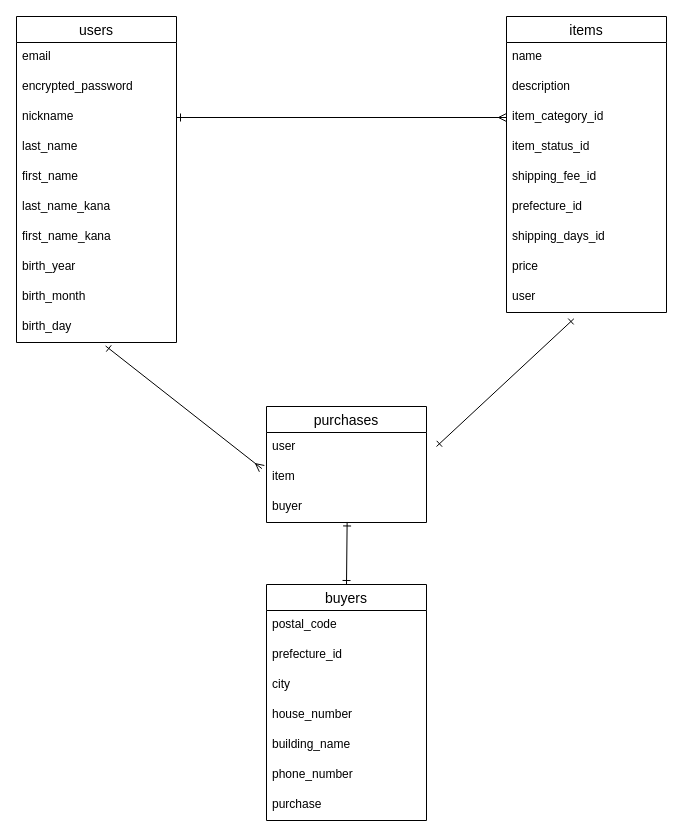
Before: er_diagram.dio in Matt19950109/furima-39439, a draw.io diagram. Source tidied: cells renumbered, new cells numbered last; positions are measured from the earlier drawing's top-left corner, leaving out a move shared by most shapes. Both pictures are drawn from the tidied source at 100%, with x=0, y=0 at pixel (16, 16).
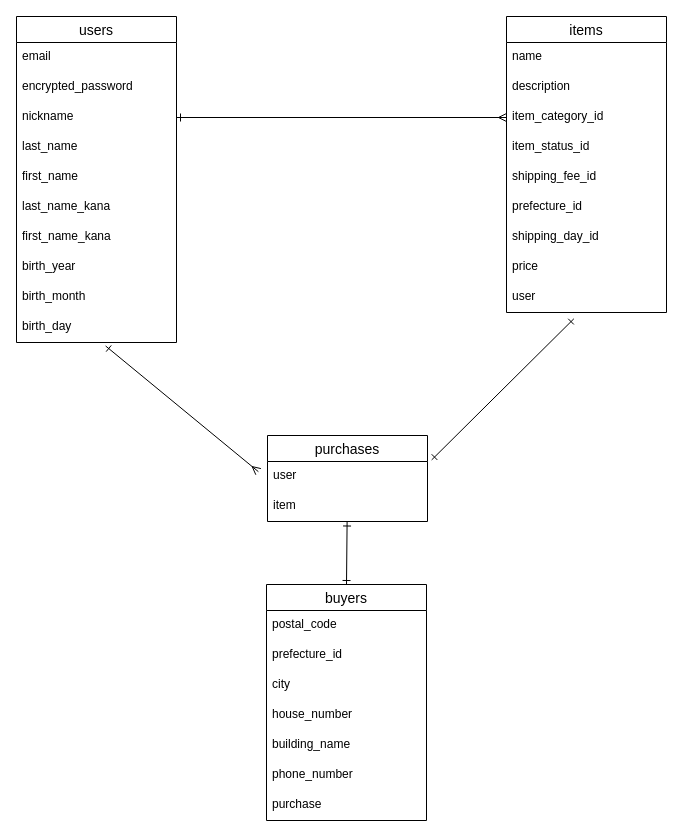
After the change.

Commit message (it also covers changes not shown here):
依頼いただいた修正を反映

・activehashのカラム名を単数形に変更
・purchasesテーブルのbuyerのカラムキーを削除
・変更に伴うER図の修正

Unchanged cells that the change refers to:
```xml
<mxCell id="13" value="birth_day" style="text;strokeColor=none;fillColor=none;spacingLeft=4;spacingRight=4;overflow=hidden;points=[[0,0.5],[1,0.5]];portConstraint=eastwest;fontSize=12;" parent="3" vertex="1">
  <mxGeometry y="296" width="160" height="30" as="geometry" />
</mxCell>
<mxCell id="14" value="items" style="swimlane;fontStyle=0;horizontal=1;startSize=26;align=center;fontSize=14;" parent="1" vertex="1">
  <mxGeometry x="490" width="160" height="296" as="geometry" />
</mxCell>
<mxCell id="23" value="user" style="text;strokeColor=none;fillColor=none;spacingLeft=4;spacingRight=4;overflow=hidden;points=[[0,0.5],[1,0.5]];portConstraint=eastwest;fontSize=12;" parent="14" vertex="1">
  <mxGeometry y="266" width="160" height="30" as="geometry" />
</mxCell>
<mxCell id="24" value="buyers" style="swimlane;fontStyle=0;horizontal=1;startSize=26;align=center;fontSize=14;" parent="1" vertex="1">
  <mxGeometry x="250" y="568" width="160" height="236" as="geometry" />
</mxCell>
<mxCell id="33" value="user" style="text;strokeColor=none;fillColor=none;spacingLeft=4;spacingRight=4;overflow=hidden;points=[[0,0.5],[1,0.5]];portConstraint=eastwest;fontSize=12;" parent="32" vertex="1">
  <mxGeometry y="26" width="160" height="30" as="geometry" />
</mxCell>
<mxCell id="34" value="item" style="text;strokeColor=none;fillColor=none;spacingLeft=4;spacingRight=4;overflow=hidden;points=[[0,0.5],[1,0.5]];portConstraint=eastwest;fontSize=12;" parent="32" vertex="1">
  <mxGeometry y="56" width="160" height="30" as="geometry" />
</mxCell>
```

Diff of the diagram source:
```diff
@@
-    <mxCell id="2" style="html=1;startArrow=ERone;startFill=0;endArrow=ERone;endFill=0;exitX=0.504;exitY=0.982;exitDx=0;exitDy=0;exitPerimeter=0;entryX=0.5;entryY=0;entryDx=0;entryDy=0;" parent="1" edge="1" source="35" target="24">
-      <mxGeometry relative="1" as="geometry" />
+    <mxCell id="2" style="html=1;startArrow=ERone;startFill=0;endArrow=ERone;endFill=0;exitX=0.504;exitY=0.982;exitDx=0;exitDy=0;exitPerimeter=0;entryX=0.5;entryY=0;entryDx=0;entryDy=0;" parent="1" edge="1" target="24">
+      <mxGeometry relative="1" as="geometry">
+        <mxPoint x="330.6" y="505.5" as="sourcePoint" />
+      </mxGeometry>
     </mxCell>
@@
-    <mxCell id="21" value="shipping_days_id" style="text;strokeColor=none;fillColor=none;spacingLeft=4;spacingRight=4;overflow=hidden;fontSize=12;" parent="14" vertex="1">
+    <mxCell id="21" value="shipping_day_id" style="text;strokeColor=none;fillColor=none;spacingLeft=4;spacingRight=4;overflow=hidden;fontSize=12;" parent="14" vertex="1">
       <mxGeometry y="206" width="160" height="30" as="geometry" />
     </mxCell>
@@
     <mxCell id="32" value="purchases" style="swimlane;fontStyle=0;horizontal=1;startSize=26;align=center;fontSize=14;" parent="1" vertex="1">
-      <mxGeometry x="250" y="390" width="160" height="116" as="geometry" />
+      <mxGeometry x="251" y="419" width="160" height="86" as="geometry" />
     </mxCell>
@@
-    <mxCell id="35" value="buyer" style="text;strokeColor=none;fillColor=none;spacingLeft=4;spacingRight=4;overflow=hidden;points=[[0,0.5],[1,0.5]];portConstraint=eastwest;fontSize=12;" parent="32" vertex="1">
-      <mxGeometry y="86" width="160" height="30" as="geometry" />
-    </mxCell>
@@
-    <mxCell id="37" style="edgeStyle=none;html=1;startArrow=ERone;startFill=0;endArrow=ERone;endFill=0;exitX=0.421;exitY=1.209;exitDx=0;exitDy=0;exitPerimeter=0;" parent="1" edge="1" source="23">
-      <mxGeometry relative="1" as="geometry">
-        <mxPoint x="420" y="430" as="targetPoint" />
-      </mxGeometry>
+    <mxCell id="37" style="edgeStyle=none;html=1;startArrow=ERone;startFill=0;endArrow=ERone;endFill=0;exitX=0.421;exitY=1.209;exitDx=0;exitDy=0;exitPerimeter=0;entryX=1.026;entryY=-0.053;entryDx=0;entryDy=0;entryPerimeter=0;" parent="1" edge="1" source="23" target="33">
+      <mxGeometry relative="1" as="geometry" />
     </mxCell>
-    <mxCell id="38" style="edgeStyle=none;html=1;entryX=-0.029;entryY=0.204;entryDx=0;entryDy=0;entryPerimeter=0;startArrow=ERone;startFill=0;endArrow=ERmany;endFill=0;exitX=0.557;exitY=1.116;exitDx=0;exitDy=0;exitPerimeter=0;" parent="1" edge="1" source="13" target="34">
+    <mxCell id="38" style="edgeStyle=none;html=1;entryX=-0.057;entryY=0.339;entryDx=0;entryDy=0;entryPerimeter=0;startArrow=ERone;startFill=0;endArrow=ERmany;endFill=0;exitX=0.557;exitY=1.116;exitDx=0;exitDy=0;exitPerimeter=0;" parent="1" edge="1" source="13" target="33">
       <mxGeometry relative="1" as="geometry" />
     </mxCell>
```
